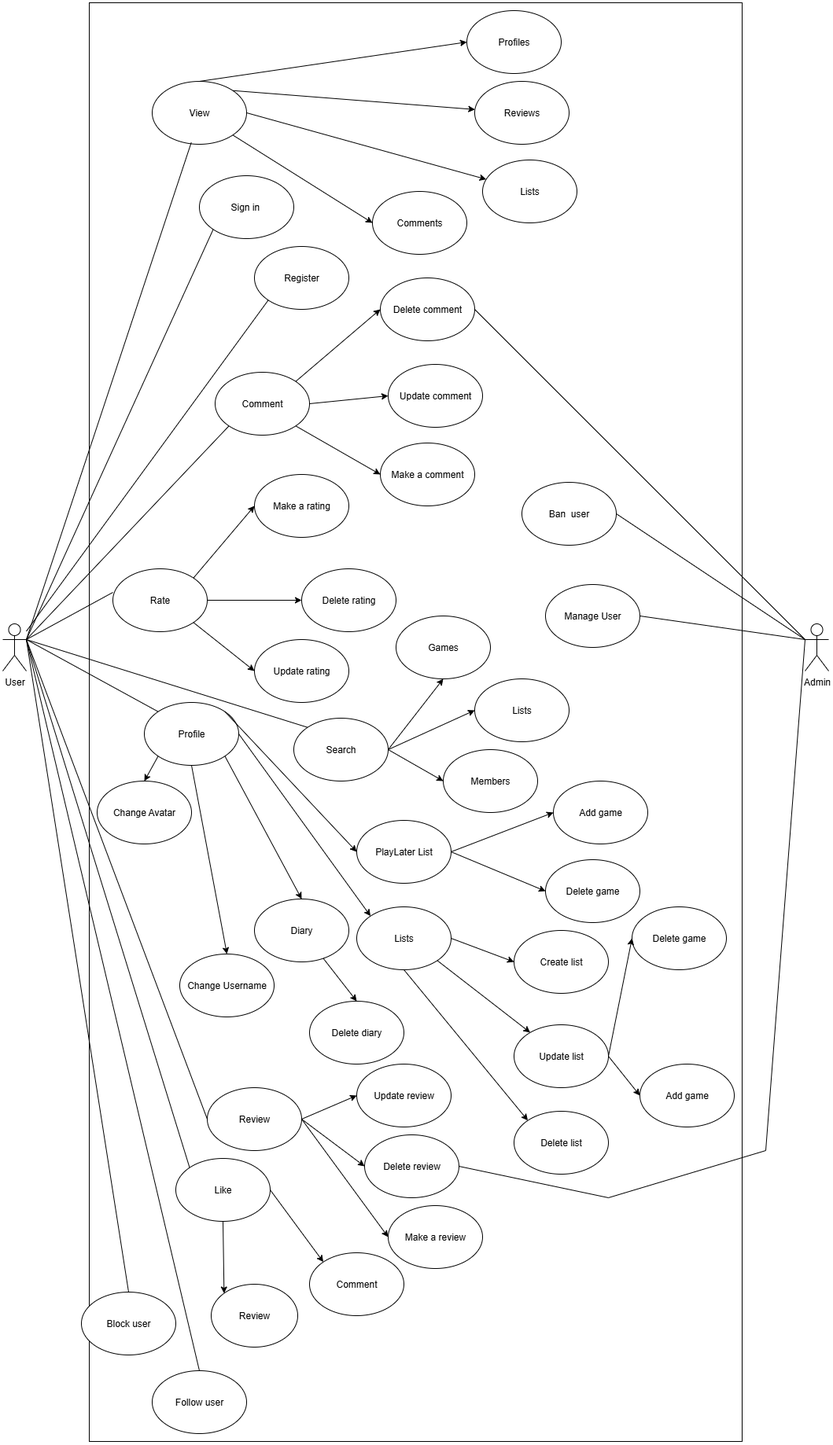
Before: docs/Analysis and design/use-case.png, a diagram exported from draw.io (thinhbo1214/Kontroller-project). Source tidied: cells renumbered, new cells last; positions are measured from the earlier drawing's top-left corner, leaving out a move shared by most shapes.
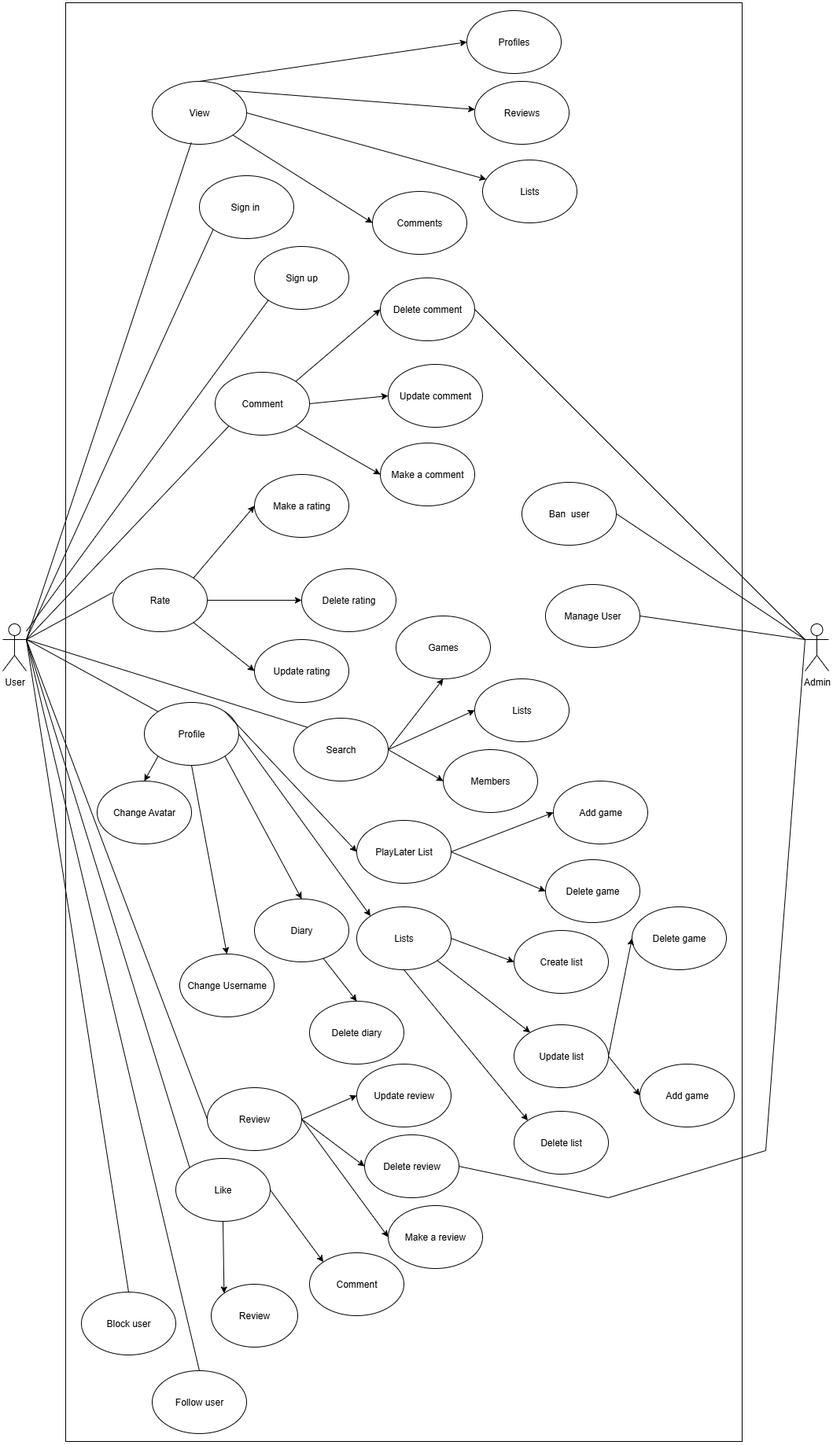
After the change.

What changed in the source:
```diff
@@ -3,7 +3,7 @@
     <mxCell id="0" />
     <mxCell id="1" parent="0" />
     <mxCell id="2" style="rounded=0;whiteSpace=wrap;html=1;" parent="1" vertex="1">
-      <mxGeometry x="110" width="830" height="1830" as="geometry" />
+      <mxGeometry x="80" width="860" height="1830" as="geometry" />
     </mxCell>
     <mxCell id="3" value="User" style="shape=umlActor;verticalLabelPosition=bottom;verticalAlign=top;html=1;outlineConnect=0;" parent="1" vertex="1">
       <mxGeometry y="790" width="30" height="60" as="geometry" />
@@ -278,7 +278,7 @@
     <mxCell id="90" style="endArrow=classic;html=1;rounded=0;exitX=1;exitY=0.5;exitDx=0;exitDy=0;entryX=0;entryY=0.5;entryDx=0;entryDy=0;" parent="1" edge="1" source="76" target="83">
       <mxGeometry relative="1" as="geometry" />
     </mxCell>
-    <mxCell id="91" value="Register" style="ellipse;whiteSpace=wrap;html=1;" parent="1" vertex="1">
+    <mxCell id="91" value="Sign up" style="ellipse;whiteSpace=wrap;html=1;" parent="1" vertex="1">
       <mxGeometry x="320" y="310" width="120" height="80" as="geometry" />
     </mxCell>
     <mxCell id="92" style="endArrow=none;html=1;rounded=0;entryX=0;entryY=1;entryDx=0;entryDy=0;" parent="1" edge="1" source="3" target="91">
```
